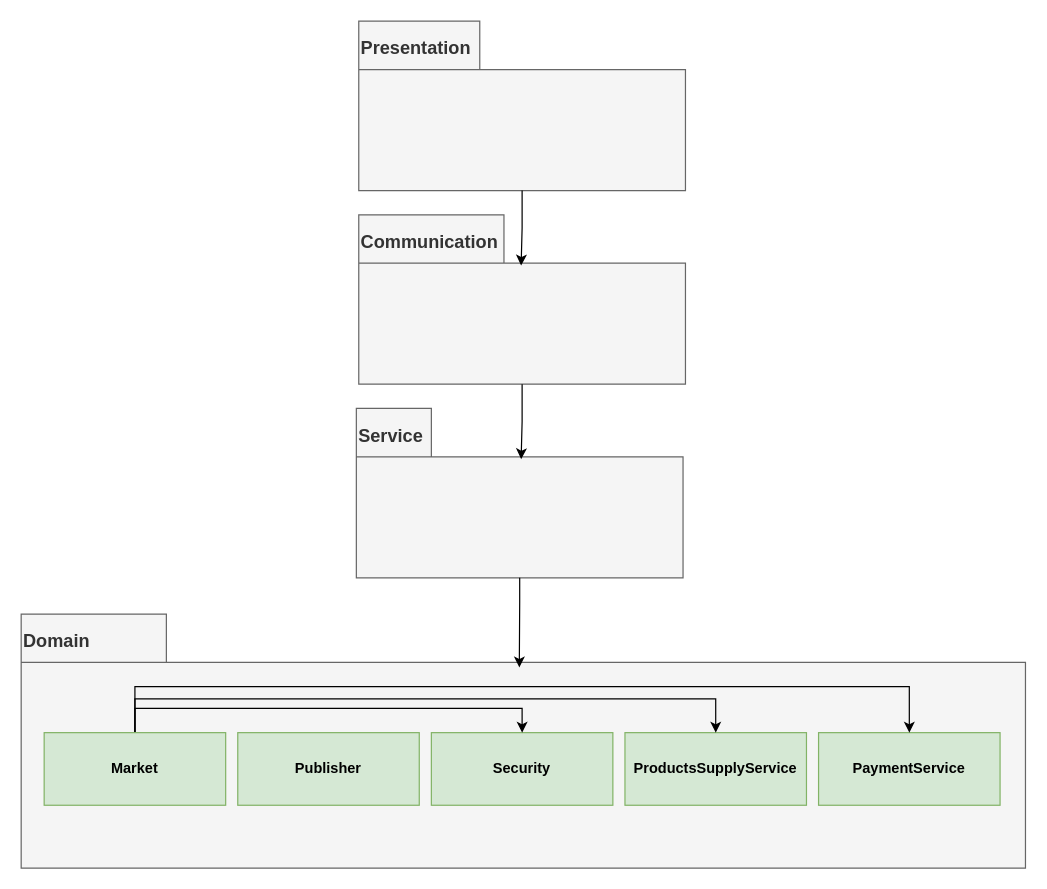
The draw.io diagram Documents/architecture diagram.drawio in AyalaBadash/market_2022, before the edit. Source tidied: cells renumbered, new cells numbered last; positions are measured from the earlier drawing's top-left corner, leaving out a move shared by most shapes. Both pictures are drawn from the tidied source at 121%, with x=0, y=0 at pixel (21, 21).
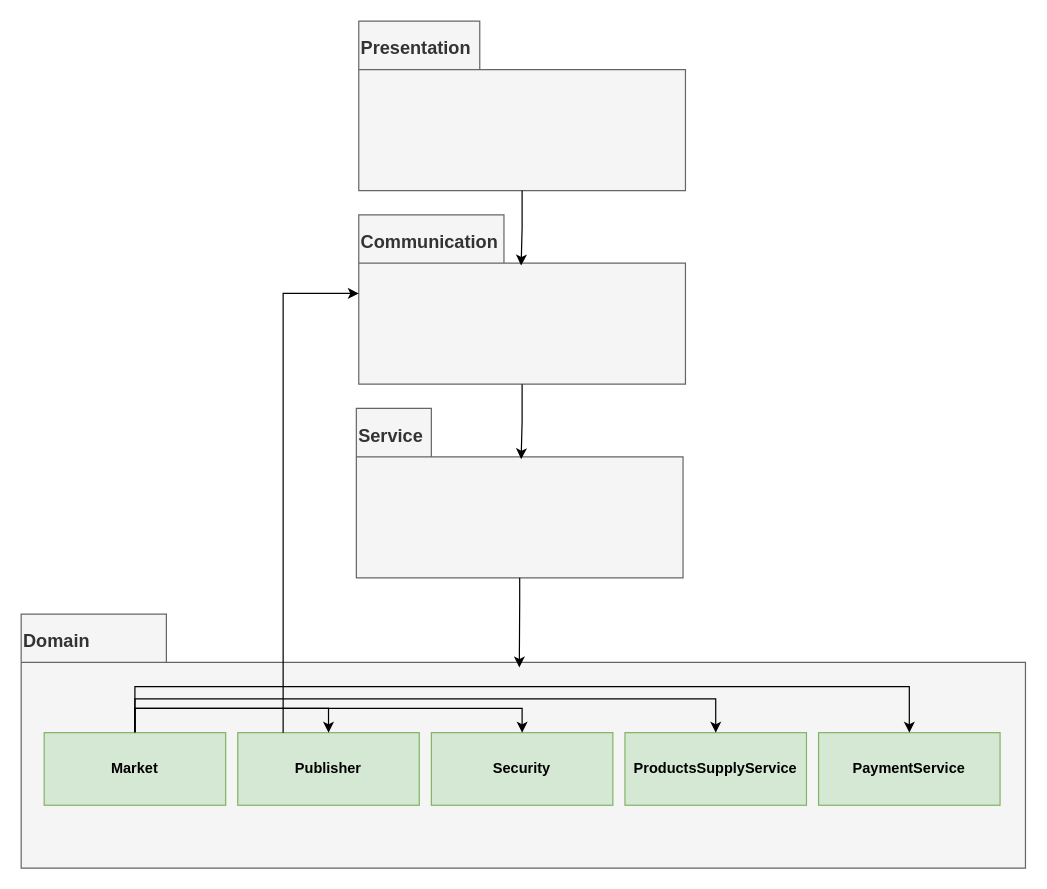
After the change.

The change refers to these unchanged cells:
```xml
<mxCell id="10" value="&lt;b&gt;Market&lt;/b&gt;" style="rounded=0;whiteSpace=wrap;html=1;fillColor=#d5e8d4;strokeColor=#82b366;" parent="1" vertex="1">
  <mxGeometry x="19" y="588" width="150" height="60" as="geometry" />
</mxCell>
<mxCell id="12" value="&lt;font style=&quot;font-size: 15px ; line-height: 0.5&quot;&gt;Communication&lt;/font&gt;" style="shape=folder;fontStyle=1;spacingTop=10;tabWidth=120;tabHeight=40;tabPosition=left;html=1;align=left;verticalAlign=top;fillColor=#f5f5f5;fontColor=#333333;strokeColor=#666666;" parent="1" vertex="1">
  <mxGeometry x="279" y="160" width="270" height="140" as="geometry" />
</mxCell>
<mxCell id="16" value="&lt;b&gt;Publisher&lt;/b&gt;" style="rounded=0;whiteSpace=wrap;html=1;fillColor=#d5e8d4;strokeColor=#82b366;" parent="1" vertex="1">
  <mxGeometry x="179" y="588" width="150" height="60" as="geometry" />
</mxCell>
```

Diff of the diagram source:
```diff
@@
+    <mxCell id="17" style="edgeStyle=orthogonalEdgeStyle;rounded=0;jettySize=auto;html=1;exitX=0.5;exitY=0;exitDx=0;exitDy=0;entryX=0.5;entryY=0;entryDx=0;entryDy=0;fontSize=15;" parent="1" edge="1" source="10" target="16">
+      <mxGeometry relative="1" as="geometry" />
+    </mxCell>
+    <mxCell id="18" style="edgeStyle=orthogonalEdgeStyle;rounded=0;jettySize=auto;html=1;exitX=0.25;exitY=0;exitDx=0;exitDy=0;entryX=0;entryY=0;entryDx=0;entryDy=65;fontSize=15;entryPerimeter=0;" parent="1" edge="1" source="16" target="12">
+      <mxGeometry relative="1" as="geometry" />
+    </mxCell>
```
